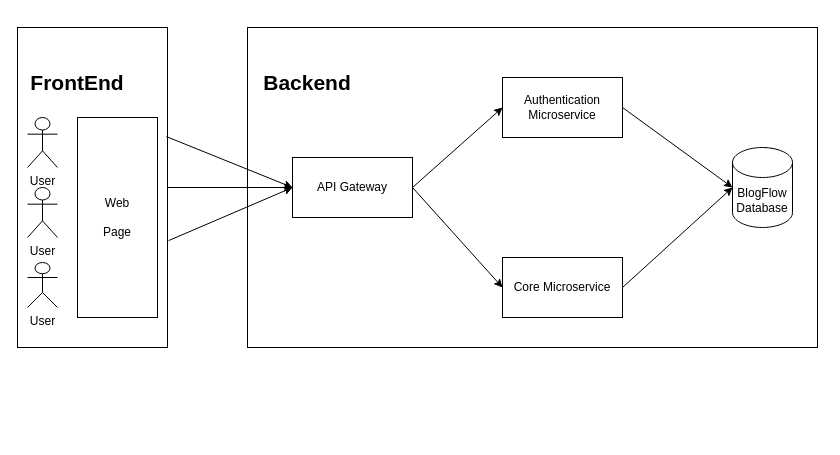
Above: architecture.drawio in jlcastillog/BlogFlow (draw.io), before the change. Source tidied: cells renumbered, new cells numbered last; positions are measured from the earlier drawing's top-left corner, leaving out a move shared by most shapes. Both pictures are drawn from the tidied source at 100%, with x=0, y=0 at pixel (17, 27).
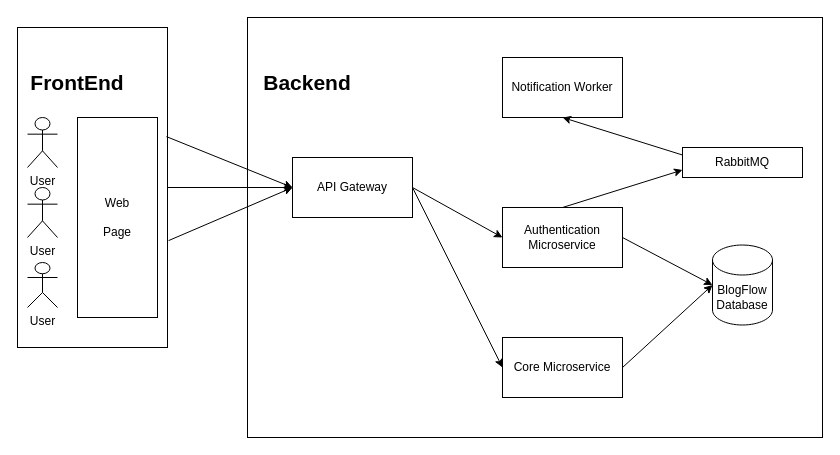
After the change.

Commit message:
config: update architecture diagram

The edit, as a diff of the source:
```diff
@@
     <mxCell id="2" style="rounded=0;whiteSpace=wrap;html=1;" parent="1" vertex="1">
-      <mxGeometry x="230" width="570" height="320" as="geometry" />
+      <mxGeometry x="230" y="-10" width="575" height="420" as="geometry" />
     </mxCell>
@@
     <mxCell id="4" value="Authentication Microservice" style="rounded=0;whiteSpace=wrap;html=1;" parent="1" vertex="1">
-      <mxGeometry x="485" y="50" width="120" height="60" as="geometry" />
+      <mxGeometry x="485" y="180" width="120" height="60" as="geometry" />
     </mxCell>
     <mxCell id="5" value="Core Microservice" style="rounded=0;whiteSpace=wrap;html=1;" parent="1" vertex="1">
-      <mxGeometry x="485" y="230" width="120" height="60" as="geometry" />
+      <mxGeometry x="485" y="310" width="120" height="60" as="geometry" />
     </mxCell>
     <mxCell id="6" value="BlogFlow Database" style="shape=cylinder3;whiteSpace=wrap;html=1;boundedLbl=1;backgroundOutline=1;size=15;" parent="1" vertex="1">
-      <mxGeometry x="715" y="120" width="60" height="80" as="geometry" />
+      <mxGeometry x="695" y="217.5" width="60" height="80" as="geometry" />
     </mxCell>
@@
+    <mxCell id="21" value="Notification Worker" style="rounded=0;whiteSpace=wrap;html=1;" parent="1" vertex="1">
+      <mxGeometry x="485" y="30" width="120" height="60" as="geometry" />
+    </mxCell>
+    <mxCell id="22" value="RabbitMQ" style="rounded=0;whiteSpace=wrap;html=1;" parent="1" vertex="1">
+      <mxGeometry x="665" y="120" width="120" height="30" as="geometry" />
+    </mxCell>
+    <mxCell id="23" style="endArrow=classic;html=1;exitX=0.5;exitY=0;exitDx=0;exitDy=0;entryX=0;entryY=0.75;entryDx=0;entryDy=0;" parent="1" edge="1" source="4" target="22">
+      <mxGeometry relative="1" as="geometry" />
+    </mxCell>
+    <mxCell id="24" style="endArrow=classic;html=1;exitX=0;exitY=0.25;exitDx=0;exitDy=0;entryX=0.5;entryY=1;entryDx=0;entryDy=0;" parent="1" edge="1" source="22" target="21">
+      <mxGeometry relative="1" as="geometry" />
+    </mxCell>
```
